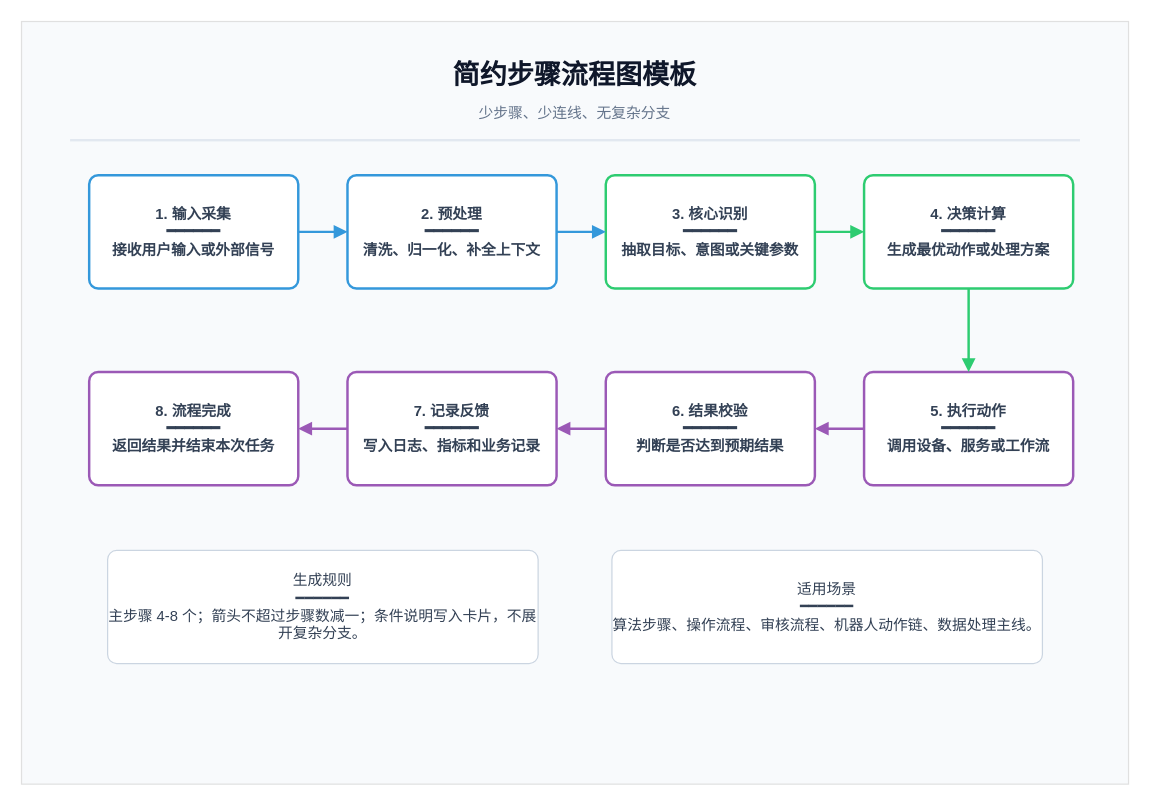
The draw.io diagram .opencode/skills/xml-diagram/templates/flow/simple-step-flow.drawio in BeWaterMyFriend7/SKILL-PROJECT, before the edit. Source tidied: cells renumbered, new cells numbered last; positions are measured from the earlier drawing's top-left corner, leaving out a move shared by most shapes. Both pictures are drawn from the tidied source at 123%, with x=0, y=0 at pixel (21, 21).
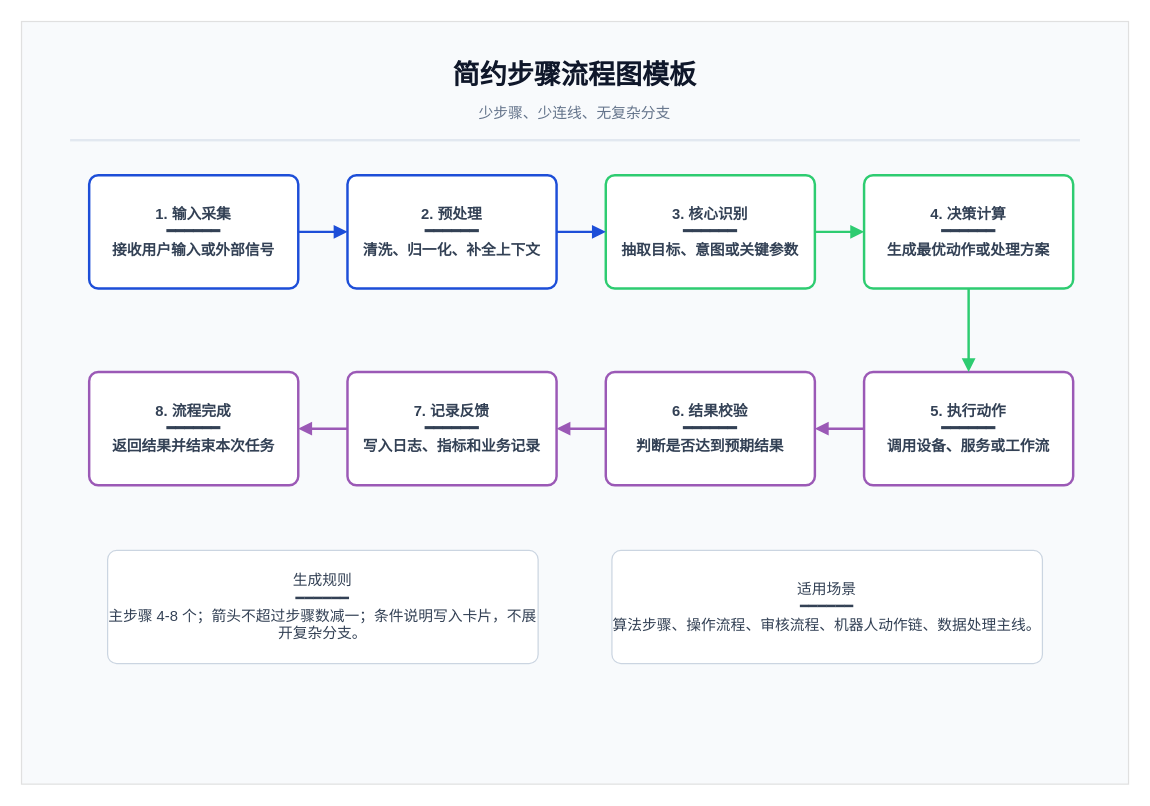
After the change.

Unchanged cells that the change refers to:
```xml
<mxCell id="8" value="3. 核心识别&#10;━━━━━━&#10;抽取目标、意图或关键参数" style="rounded=1;whiteSpace=wrap;html=1;fillColor=#ffffff;strokeColor=#2ecc71;strokeWidth=2;fontColor=#334155;fontSize=12;fontStyle=1;fontFamily=Microsoft YaHei;arcSize=8;" parent="1" vertex="1">
  <mxGeometry x="475" y="125" width="170" height="92" as="geometry" />
</mxCell>
```

What changed in the source:
```diff
@@
-    <mxCell id="6" value="1. 输入采集&#10;━━━━━━&#10;接收用户输入或外部信号" style="rounded=1;whiteSpace=wrap;html=1;fillColor=#ffffff;strokeColor=#3498db;strokeWidth=2;fontColor=#334155;fontSize=12;fontStyle=1;fontFamily=Microsoft YaHei;arcSize=8;" parent="1" vertex="1">
+    <mxCell id="6" value="1. 输入采集&#10;━━━━━━&#10;接收用户输入或外部信号" style="rounded=1;whiteSpace=wrap;html=1;fillColor=#ffffff;strokeColor=#1D4ED8;strokeWidth=2;fontColor=#334155;fontSize=12;fontStyle=1;fontFamily=Microsoft YaHei;arcSize=8;" parent="1" vertex="1">
       <mxGeometry x="55" y="125" width="170" height="92" as="geometry" />
     </mxCell>
-    <mxCell id="7" value="2. 预处理&#10;━━━━━━&#10;清洗、归一化、补全上下文" style="rounded=1;whiteSpace=wrap;html=1;fillColor=#ffffff;strokeColor=#3498db;strokeWidth=2;fontColor=#334155;fontSize=12;fontStyle=1;fontFamily=Microsoft YaHei;arcSize=8;" parent="1" vertex="1">
+    <mxCell id="7" value="2. 预处理&#10;━━━━━━&#10;清洗、归一化、补全上下文" style="rounded=1;whiteSpace=wrap;html=1;fillColor=#ffffff;strokeColor=#1D4ED8;strokeWidth=2;fontColor=#334155;fontSize=12;fontStyle=1;fontFamily=Microsoft YaHei;arcSize=8;" parent="1" vertex="1">
       <mxGeometry x="265" y="125" width="170" height="92" as="geometry" />
     </mxCell>
@@
-    <mxCell id="16" style="edgeStyle=orthogonalEdgeStyle;rounded=0;jettySize=auto;html=1;strokeColor=#3498db;strokeWidth=2;endArrow=block;endFill=1;" parent="1" edge="1" source="6" target="7">
+    <mxCell id="16" style="edgeStyle=orthogonalEdgeStyle;rounded=0;jettySize=auto;html=1;strokeColor=#1D4ED8;strokeWidth=2;endArrow=block;endFill=1;" parent="1" edge="1" source="6" target="7">
       <mxGeometry relative="1" as="geometry" />
     </mxCell>
-    <mxCell id="17" style="edgeStyle=orthogonalEdgeStyle;rounded=0;jettySize=auto;html=1;strokeColor=#3498db;strokeWidth=2;endArrow=block;endFill=1;" parent="1" edge="1" source="7" target="8">
+    <mxCell id="17" style="edgeStyle=orthogonalEdgeStyle;rounded=0;jettySize=auto;html=1;strokeColor=#1D4ED8;strokeWidth=2;endArrow=block;endFill=1;" parent="1" edge="1" source="7" target="8">
       <mxGeometry relative="1" as="geometry" />
     </mxCell>
```
